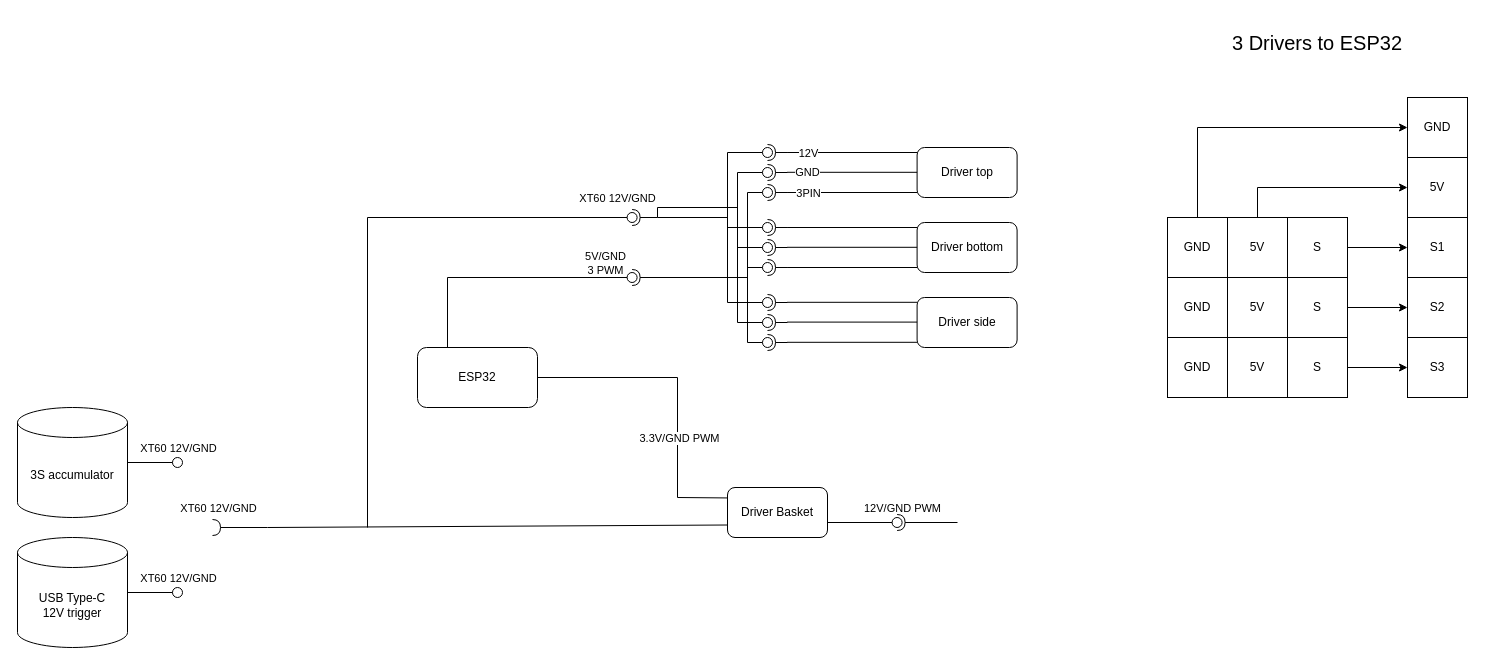
kemper0110/tennis-gun keeps this draw.io diagram as schema.drawio. Above is the earlier version. Source tidied: cells renumbered, new cells numbered last; positions are measured from the earlier drawing's top-left corner, leaving out a move shared by most shapes. Both pictures are drawn from the tidied source at 100%, with x=0, y=0 at pixel (17, 17).
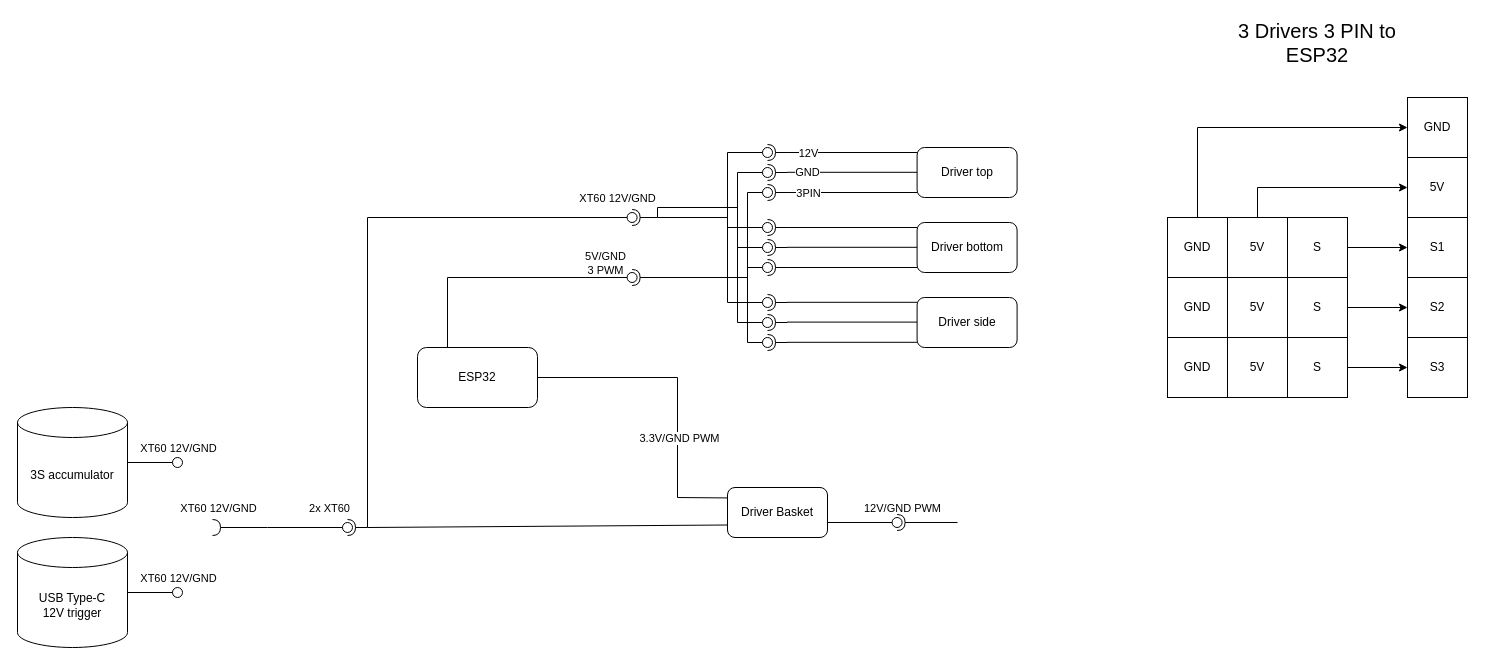
Above is the later version.

Unchanged cells that the change refers to:
```xml
<mxCell id="14" value="Driver Basket" style="rounded=1;whiteSpace=wrap;html=1;" parent="1" vertex="1">
  <mxGeometry x="710" y="470" width="100" height="50" as="geometry" />
</mxCell>
```

Diff of the diagram source:
```diff
@@
     <mxCell id="27" style="endArrow=none;html=1;rounded=0;entryX=0;entryY=0.75;entryDx=0;entryDy=0;" parent="1" edge="1" target="14">
       <mxGeometry relative="1" as="geometry">
-        <mxPoint x="250" y="510" as="sourcePoint" />
+        <mxPoint x="350" y="510" as="sourcePoint" />
       </mxGeometry>
     </mxCell>
@@
-    <mxCell id="59" value="&lt;font style=&quot;font-size: 20px;&quot;&gt;3 Drivers to ESP32&lt;/font&gt;" style="text;html=1;strokeColor=none;fillColor=none;align=center;verticalAlign=middle;whiteSpace=wrap;rounded=0;" parent="1" vertex="1">
+    <mxCell id="59" value="&lt;font style=&quot;font-size: 20px;&quot;&gt;3 Drivers 3 PIN to ESP32&lt;/font&gt;" style="text;html=1;strokeColor=none;fillColor=none;align=center;verticalAlign=middle;whiteSpace=wrap;rounded=0;" parent="1" vertex="1">
       <mxGeometry x="1200" width="200" height="50" as="geometry" />
     </mxCell>
@@
+    <mxCell id="103" style="rounded=0;jettySize=auto;html=1;endArrow=halfCircle;endFill=0;endSize=6;strokeWidth=1;sketch=0;" parent="1" edge="1" target="106">
+      <mxGeometry relative="1" as="geometry">
+        <mxPoint x="350" y="510" as="sourcePoint" />
+      </mxGeometry>
+    </mxCell>
+    <mxCell id="104" style="rounded=0;jettySize=auto;html=1;endArrow=oval;endFill=0;sketch=0;sourcePerimeterSpacing=0;targetPerimeterSpacing=0;endSize=10;" parent="1" edge="1" target="106">
+      <mxGeometry relative="1" as="geometry">
+        <mxPoint x="250" y="510" as="sourcePoint" />
+      </mxGeometry>
+    </mxCell>
+    <mxCell id="105" value="2x XT60" style="edgeLabel;html=1;align=center;verticalAlign=middle;" parent="104" vertex="1">
+      <mxGeometry x="0.52" relative="1" as="geometry">
+        <mxPoint y="-20" as="offset" />
+      </mxGeometry>
+    </mxCell>
+    <mxCell id="106" style="ellipse;whiteSpace=wrap;html=1;align=center;fillColor=none;strokeColor=none;perimeter=centerPerimeter;points=[];outlineConnect=1;" parent="1" vertex="1">
+      <mxGeometry x="325" y="505" width="10" height="10" as="geometry" />
+    </mxCell>
```
